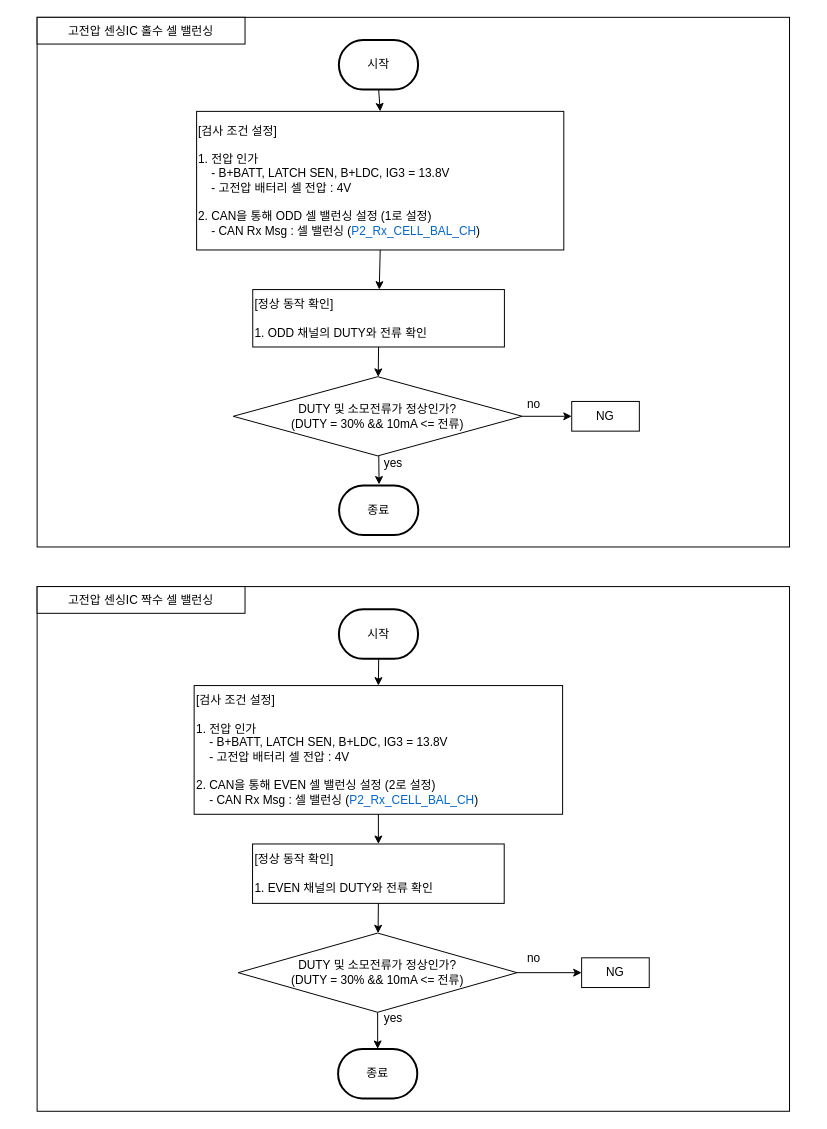
Before: 고전압 센싱IC 셀밸런싱.drawio in chaeyoonl/state-transition-diagram-test, a draw.io diagram. Source tidied: cells renumbered, new cells numbered last; positions are measured from the earlier drawing's top-left corner, leaving out a move shared by most shapes. Both pictures are drawn from the tidied source at 99%, with x=0, y=0 at pixel (37, 17).
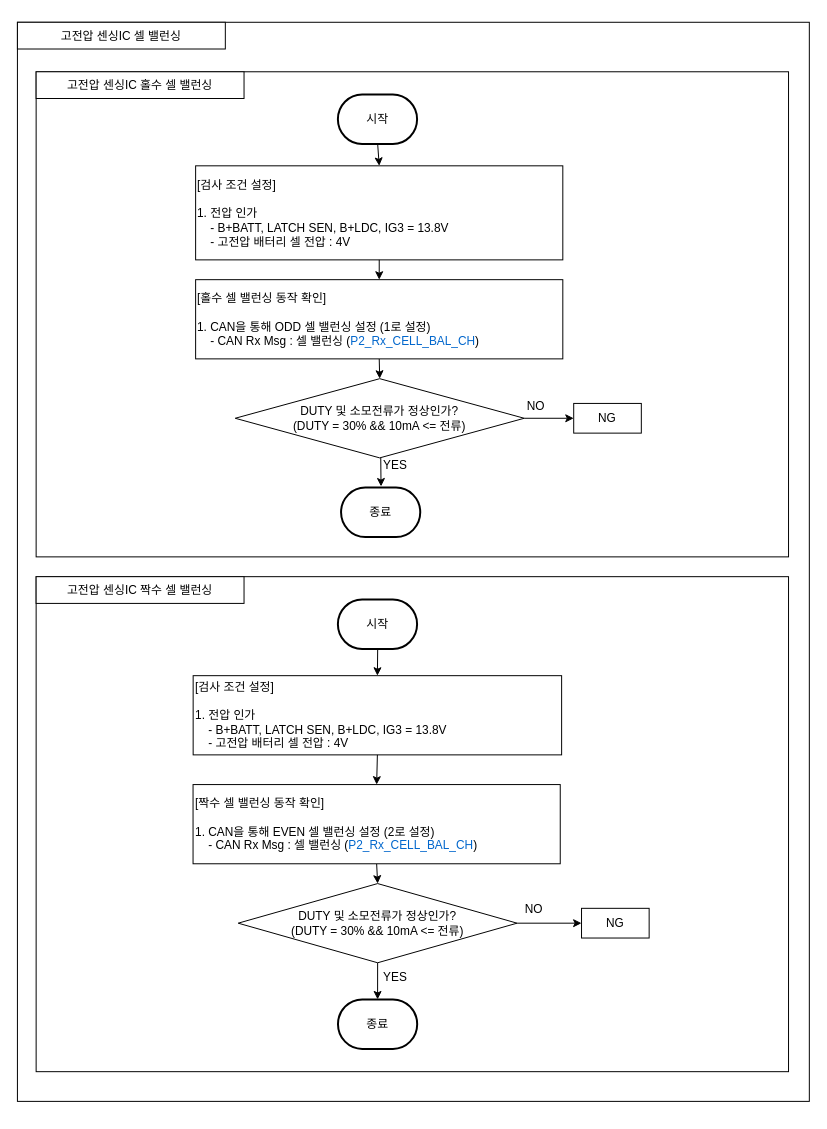
The same page after the edit.

Commit message:
고전압 센싱IC 셀밸런싱.drawio 업데이트

Change to the diagram source:
```diff
@@
+    <mxCell id="32" style="rounded=0;whiteSpace=wrap;html=1;align=left;" parent="1" vertex="1">
+      <mxGeometry x="-19.9" y="5" width="799.9" height="1090" as="geometry" />
+    </mxCell>
+    <mxCell id="33" value="고전압 센싱IC 셀 밸런싱" style="rounded=0;whiteSpace=wrap;html=1;align=center;" parent="1" vertex="1">
+      <mxGeometry x="-19.9" y="5" width="210" height="27" as="geometry" />
+    </mxCell>
     <mxCell id="2" style="rounded=0;whiteSpace=wrap;html=1;align=left;" parent="1" vertex="1">
-      <mxGeometry width="760" height="535" as="geometry" />
+      <mxGeometry x="-1" y="55" width="760" height="490" as="geometry" />
     </mxCell>
     <mxCell id="3" value="고전압 센싱IC 홀수 셀 밸런싱" style="rounded=0;whiteSpace=wrap;html=1;align=center;" parent="1" vertex="1">
-      <mxGeometry width="210" height="27" as="geometry" />
+      <mxGeometry x="-1" y="55" width="210" height="27" as="geometry" />
     </mxCell>
     <mxCell id="4" value="시작" style="strokeWidth=2;html=1;shape=mxgraph.flowchart.terminator;whiteSpace=wrap;" parent="1" vertex="1">
-      <mxGeometry x="304.8" y="23" width="80" height="50" as="geometry" />
+      <mxGeometry x="303.8" y="78" width="80" height="50" as="geometry" />
     </mxCell>
-    <mxCell id="5" value="[검사 조건 설정]&lt;br&gt;&lt;br&gt;1. 전압 인가&lt;br&gt;&amp;nbsp; &amp;nbsp; - B+BATT, LATCH SEN, B+LDC, IG3 = 13.8V&lt;br&gt;&amp;nbsp; &amp;nbsp; - 고전압 배터리 셀 전압 : 4V&lt;br&gt;&lt;br&gt;2. CAN을 통해&amp;nbsp;ODD 셀 밸런싱 설정 (1로 설정)&lt;br style=&quot;border-color: var(--border-color);&quot;&gt;&amp;nbsp; &amp;nbsp; - CAN Rx Msg : 셀 밸런싱 (&lt;font style=&quot;border-color: var(--border-color);&quot; color=&quot;#0066cc&quot;&gt;P2_Rx_CELL_BAL_CH&lt;/font&gt;)" style="rounded=0;whiteSpace=wrap;html=1;align=left;" parent="1" vertex="1">
-      <mxGeometry x="161.1" y="95" width="370.9" height="140" as="geometry" />
+    <mxCell id="5" value="[검사 조건 설정]&lt;br&gt;&lt;br&gt;1. 전압 인가&lt;br&gt;&amp;nbsp; &amp;nbsp; - B+BATT, LATCH SEN, B+LDC, IG3 = 13.8V&lt;br&gt;&amp;nbsp; &amp;nbsp; - 고전압 배터리 셀 전압 : 4V" style="rounded=0;whiteSpace=wrap;html=1;align=left;" parent="1" vertex="1">
+      <mxGeometry x="160.1" y="150" width="370.9" height="95" as="geometry" />
     </mxCell>
     <mxCell id="6" style="endArrow=classic;html=1;rounded=0;exitX=0.5;exitY=1;exitDx=0;exitDy=0;exitPerimeter=0;entryX=0.5;entryY=0;entryDx=0;entryDy=0;" parent="1" edge="1" target="5">
       <mxGeometry relative="1" as="geometry">
-        <mxPoint x="345" y="73" as="sourcePoint" />
+        <mxPoint x="344" y="128" as="sourcePoint" />
       </mxGeometry>
     </mxCell>
-    <mxCell id="7" value="[정상 동작 확인]&lt;br&gt;&lt;br&gt;1. ODD 채널의 DUTY와 전류 확인" style="rounded=0;whiteSpace=wrap;html=1;align=left;" parent="1" vertex="1">
-      <mxGeometry x="217.8" y="275" width="254.2" height="58" as="geometry" />
-    </mxCell>
-    <mxCell id="8" style="endArrow=classic;html=1;rounded=0;exitX=0.5;exitY=1;exitDx=0;exitDy=0;" parent="1" edge="1" source="5" target="7">
+    <mxCell id="8" style="endArrow=classic;html=1;rounded=0;exitX=0.5;exitY=1;exitDx=0;exitDy=0;entryX=0.5;entryY=0;entryDx=0;entryDy=0;" parent="1" edge="1" source="35" target="9">
       <mxGeometry relative="1" as="geometry" />
     </mxCell>
     <mxCell id="9" value="DUTY 및 소모전류가 정상인가?&lt;br&gt;(DUTY = 30% &amp;amp;&amp;amp;&amp;nbsp;10mA &amp;lt;= 전류)" style="rhombus;whiteSpace=wrap;html=1;" parent="1" vertex="1">
-      <mxGeometry x="198.1" y="363" width="291.9" height="80" as="geometry" />
+      <mxGeometry x="200.1" y="365" width="291.9" height="80" as="geometry" />
     </mxCell>
     <mxCell id="10" value="NG" style="rounded=0;whiteSpace=wrap;html=1;align=center;" parent="1" vertex="1">
-      <mxGeometry x="540" y="388" width="68.3" height="30" as="geometry" />
+      <mxGeometry x="542" y="390" width="68.3" height="30" as="geometry" />
     </mxCell>
-    <mxCell id="11" style="endArrow=classic;html=1;rounded=0;exitX=0.5;exitY=1;exitDx=0;exitDy=0;" parent="1" edge="1" source="7" target="9">
-      <mxGeometry relative="1" as="geometry" />
-    </mxCell>
@@
     <mxCell id="13" style="endArrow=classic;html=1;rounded=0;exitX=0.5;exitY=1;exitDx=0;exitDy=0;entryX=0.505;entryY=-0.023;entryDx=0;entryDy=0;entryPerimeter=0;" parent="1" edge="1" target="14">
       <mxGeometry relative="1" as="geometry">
-        <mxPoint x="345.1" y="443" as="sourcePoint" />
+        <mxPoint x="347.1" y="445" as="sourcePoint" />
       </mxGeometry>
     </mxCell>
     <mxCell id="14" value="종료" style="strokeWidth=2;html=1;shape=mxgraph.flowchart.terminator;whiteSpace=wrap;" parent="1" vertex="1">
-      <mxGeometry x="305" y="473" width="80" height="50" as="geometry" />
+      <mxGeometry x="307" y="475" width="80" height="50" as="geometry" />
     </mxCell>
-    <mxCell id="15" value="yes" style="text;html=1;strokeColor=none;fillColor=none;align=center;verticalAlign=middle;whiteSpace=wrap;rounded=0;" parent="1" vertex="1">
-      <mxGeometry x="330.1" y="436" width="60" height="30" as="geometry" />
+    <mxCell id="15" value="YES" style="text;html=1;strokeColor=none;fillColor=none;align=center;verticalAlign=middle;whiteSpace=wrap;rounded=0;" parent="1" vertex="1">
+      <mxGeometry x="332.1" y="438" width="60" height="30" as="geometry" />
     </mxCell>
-    <mxCell id="16" value="no" style="text;html=1;strokeColor=none;fillColor=none;align=center;verticalAlign=middle;whiteSpace=wrap;rounded=0;" parent="1" vertex="1">
-      <mxGeometry x="471.9" y="375.5" width="60" height="30" as="geometry" />
+    <mxCell id="16" value="NO" style="text;html=1;strokeColor=none;fillColor=none;align=center;verticalAlign=middle;whiteSpace=wrap;rounded=0;" parent="1" vertex="1">
+      <mxGeometry x="473.9" y="377.5" width="60" height="30" as="geometry" />
     </mxCell>
     <mxCell id="17" style="rounded=0;whiteSpace=wrap;html=1;align=left;" parent="1" vertex="1">
-      <mxGeometry y="575" width="760" height="530" as="geometry" />
+      <mxGeometry x="-1" y="565" width="760" height="500" as="geometry" />
     </mxCell>
     <mxCell id="18" value="고전압 센싱IC 짝수 셀 밸런싱" style="rounded=0;whiteSpace=wrap;html=1;align=center;" parent="1" vertex="1">
-      <mxGeometry y="575" width="210" height="27" as="geometry" />
+      <mxGeometry x="-1" y="565" width="210" height="27" as="geometry" />
     </mxCell>
     <mxCell id="19" value="시작" style="strokeWidth=2;html=1;shape=mxgraph.flowchart.terminator;whiteSpace=wrap;" parent="1" vertex="1">
-      <mxGeometry x="304.8" y="598" width="80" height="50" as="geometry" />
+      <mxGeometry x="303.8" y="588" width="80" height="50" as="geometry" />
     </mxCell>
-    <mxCell id="20" value="[검사 조건 설정]&lt;br&gt;&lt;br&gt;1. 전압 인가&lt;br&gt;&amp;nbsp; &amp;nbsp; - B+BATT, LATCH SEN, B+LDC, IG3 = 13.8V&lt;br&gt;&amp;nbsp; &amp;nbsp; - 고전압 배터리 셀 전압 : 4V&lt;br&gt;&lt;br&gt;2. CAN을 통해 EVEN 셀 밸런싱 설정 (2로 설정)&lt;br style=&quot;border-color: var(--border-color);&quot;&gt;&amp;nbsp; &amp;nbsp; - CAN Rx Msg : 셀 밸런싱 (&lt;font style=&quot;border-color: var(--border-color);&quot; color=&quot;#0066cc&quot;&gt;P2_Rx_CELL_BAL_CH&lt;/font&gt;)" style="rounded=0;whiteSpace=wrap;html=1;align=left;" parent="1" vertex="1">
-      <mxGeometry x="158.6" y="675" width="372.2" height="130" as="geometry" />
+    <mxCell id="20" value="[검사 조건 설정]&lt;br&gt;&lt;br&gt;1. 전압 인가&lt;br&gt;&amp;nbsp; &amp;nbsp; - B+BATT, LATCH SEN, B+LDC, IG3 = 13.8V&lt;br&gt;&amp;nbsp; &amp;nbsp; - 고전압 배터리 셀 전압 : 4V&lt;br&gt;" style="rounded=0;whiteSpace=wrap;html=1;align=left;" parent="1" vertex="1">
+      <mxGeometry x="157.6" y="665" width="372.2" height="80" as="geometry" />
     </mxCell>
     <mxCell id="21" style="endArrow=classic;html=1;rounded=0;exitX=0.5;exitY=1;exitDx=0;exitDy=0;exitPerimeter=0;entryX=0.5;entryY=0;entryDx=0;entryDy=0;" parent="1" edge="1" target="20">
       <mxGeometry relative="1" as="geometry">
-        <mxPoint x="345" y="648" as="sourcePoint" />
+        <mxPoint x="344" y="638" as="sourcePoint" />
       </mxGeometry>
     </mxCell>
     <mxCell id="22" value="DUTY 및 소모전류가 정상인가?&lt;br&gt;(DUTY = 30% &amp;amp;&amp;amp;&amp;nbsp;10mA &amp;lt;= 전류)" style="rhombus;whiteSpace=wrap;html=1;" parent="1" vertex="1">
-      <mxGeometry x="203.1" y="925" width="281.7" height="80" as="geometry" />
+      <mxGeometry x="203.1" y="875" width="281.7" height="80" as="geometry" />
     </mxCell>
-    <mxCell id="23" value="[정상 동작 확인]&lt;br&gt;&lt;br&gt;1. EVEN 채널의 DUTY와 전류 확인" style="rounded=0;whiteSpace=wrap;html=1;align=left;" parent="1" vertex="1">
-      <mxGeometry x="217.6" y="835" width="254.2" height="60" as="geometry" />
-    </mxCell>
     <mxCell id="24" value="NG" style="rounded=0;whiteSpace=wrap;html=1;align=center;" parent="1" vertex="1">
-      <mxGeometry x="550" y="950" width="68.3" height="30" as="geometry" />
+      <mxGeometry x="549.9" y="900" width="68.3" height="30" as="geometry" />
     </mxCell>
-    <mxCell id="25" style="endArrow=classic;html=1;rounded=0;exitX=0.5;exitY=1;exitDx=0;exitDy=0;" parent="1" edge="1" source="20" target="23">
+    <mxCell id="25" style="endArrow=classic;html=1;rounded=0;exitX=0.5;exitY=1;exitDx=0;exitDy=0;entryX=0.5;entryY=0;entryDx=0;entryDy=0;" parent="1" edge="1" source="37" target="22">
       <mxGeometry relative="1" as="geometry" />
     </mxCell>
-    <mxCell id="26" style="endArrow=classic;html=1;rounded=0;exitX=0.5;exitY=1;exitDx=0;exitDy=0;" parent="1" edge="1" source="23" target="22">
-      <mxGeometry relative="1" as="geometry" />
-    </mxCell>
@@
     <mxCell id="28" value="종료" style="strokeWidth=2;html=1;shape=mxgraph.flowchart.terminator;whiteSpace=wrap;" parent="1" vertex="1">
-      <mxGeometry x="304" y="1042" width="80" height="50" as="geometry" />
+      <mxGeometry x="303.9" y="992" width="80" height="50" as="geometry" />
     </mxCell>
@@
-    <mxCell id="30" value="yes" style="text;html=1;strokeColor=none;fillColor=none;align=center;verticalAlign=middle;whiteSpace=wrap;rounded=0;" parent="1" vertex="1">
-      <mxGeometry x="330" y="996" width="60" height="30" as="geometry" />
+    <mxCell id="30" value="YES" style="text;html=1;strokeColor=none;fillColor=none;align=center;verticalAlign=middle;whiteSpace=wrap;rounded=0;" parent="1" vertex="1">
+      <mxGeometry x="332.1" y="955" width="60" height="30" as="geometry" />
     </mxCell>
-    <mxCell id="31" value="no" style="text;html=1;strokeColor=none;fillColor=none;align=center;verticalAlign=middle;whiteSpace=wrap;rounded=0;" parent="1" vertex="1">
-      <mxGeometry x="472" y="936" width="60" height="30" as="geometry" />
+    <mxCell id="31" value="NO" style="text;html=1;strokeColor=none;fillColor=none;align=center;verticalAlign=middle;whiteSpace=wrap;rounded=0;" parent="1" vertex="1">
+      <mxGeometry x="471.9" y="886" width="60" height="30" as="geometry" />
     </mxCell>
+    <mxCell id="34" style="endArrow=classic;html=1;rounded=0;exitX=0.5;exitY=1;exitDx=0;exitDy=0;" parent="1" edge="1" source="5" target="35">
+      <mxGeometry relative="1" as="geometry" />
+    </mxCell>
+    <mxCell id="35" value="[홀수 셀 밸런싱 동작 확인]&lt;br&gt;&lt;br&gt;1. CAN을 통해&amp;nbsp;ODD 셀 밸런싱 설정 (1로 설정)&lt;br style=&quot;border-color: var(--border-color);&quot;&gt;&amp;nbsp; &amp;nbsp; - CAN Rx Msg : 셀 밸런싱 (&lt;font style=&quot;border-color: var(--border-color);&quot; color=&quot;#0066cc&quot;&gt;P2_Rx_CELL_BAL_CH&lt;/font&gt;)" style="rounded=0;whiteSpace=wrap;html=1;align=left;" parent="1" vertex="1">
+      <mxGeometry x="160.1" y="265" width="370.9" height="80" as="geometry" />
+    </mxCell>
+    <mxCell id="36" style="endArrow=classic;html=1;rounded=0;exitX=0.5;exitY=1;exitDx=0;exitDy=0;entryX=0.5;entryY=0;entryDx=0;entryDy=0;" parent="1" edge="1" source="20" target="37">
+      <mxGeometry relative="1" as="geometry" />
+    </mxCell>
+    <mxCell id="37" value="[짝수 셀 밸런싱 동작 확인]&lt;br&gt;&lt;br style=&quot;border-color: var(--border-color);&quot;&gt;1. CAN을 통해 EVEN 셀 밸런싱 설정 (2로 설정)&lt;br style=&quot;border-color: var(--border-color);&quot;&gt;&amp;nbsp; &amp;nbsp; - CAN Rx Msg : 셀 밸런싱 (&lt;font style=&quot;border-color: var(--border-color);&quot; color=&quot;#0066cc&quot;&gt;P2_Rx_CELL_BAL_CH&lt;/font&gt;)" style="rounded=0;whiteSpace=wrap;html=1;align=left;" parent="1" vertex="1">
+      <mxGeometry x="157.5" y="775" width="370.9" height="80" as="geometry" />
+    </mxCell>
```
